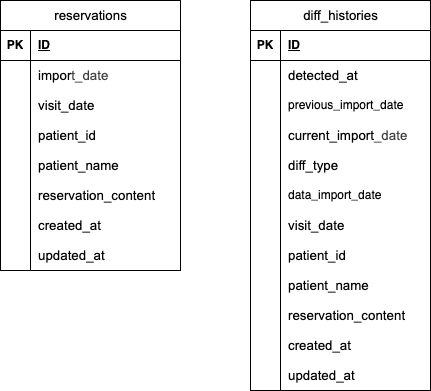
Before: ER.drawio.png, a diagram exported from draw.io (yoko-bessho/ReservationConfirmationApp). Source tidied: cells renumbered, new cells last; positions are measured from the earlier drawing's top-left corner, leaving out a move shared by most shapes.
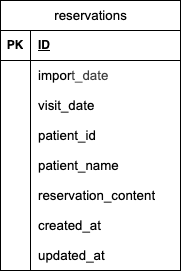
After the commit.

The edit, as a diff of the source:
```diff
@@ -2,117 +2,6 @@
   <root>
     <mxCell id="0" />
     <mxCell id="1" parent="0" />
-    <mxCell id="2" value="&lt;span style=&quot;color: rgb(0, 0, 0); font-weight: 400; text-align: start; text-wrap-mode: wrap; font-size: 10pt; font-family: Arial;&quot;&gt;diff_histories&lt;/span&gt;" style="shape=table;startSize=30;rowLines=0;fontStyle=1;align=center;html=1;" parent="1" vertex="1">
-      <mxGeometry x="250" width="180" height="390" as="geometry" />
-    </mxCell>
-    <mxCell id="3" style="shape=tableRow;horizontal=0;startSize=0;swimlaneHead=0;swimlaneBody=0;fillColor=none;top=0;left=0;right=0;bottom=1;" parent="2" vertex="1">
-      <mxGeometry y="30" width="180" height="30" as="geometry" />
-    </mxCell>
-    <mxCell id="4" value="PK" style="shape=partialRectangle;fillColor=none;top=0;left=0;bottom=0;right=0;fontStyle=1;overflow=hidden;whiteSpace=wrap;html=1;" parent="3" vertex="1">
-      <mxGeometry width="30" height="30" as="geometry" />
-    </mxCell>
-    <mxCell id="5" value="&lt;div&gt;&lt;span style=&quot;background-color: transparent;&quot;&gt;ID&lt;/span&gt;&lt;/div&gt;" style="shape=partialRectangle;fillColor=none;top=0;left=0;bottom=0;right=0;align=left;spacingLeft=6;fontStyle=5;overflow=hidden;whiteSpace=wrap;html=1;" parent="3" vertex="1">
-      <mxGeometry x="30" width="150" height="30" as="geometry" />
-    </mxCell>
-    <mxCell id="6" style="shape=tableRow;horizontal=0;startSize=0;swimlaneHead=0;swimlaneBody=0;fillColor=none;top=0;left=0;right=0;bottom=0;" parent="2" vertex="1">
-      <mxGeometry y="60" width="180" height="30" as="geometry" />
-    </mxCell>
-    <mxCell id="7" style="shape=partialRectangle;fillColor=none;top=0;left=0;bottom=0;right=0;overflow=hidden;whiteSpace=wrap;html=1;" parent="6" vertex="1">
-      <mxGeometry width="30" height="30" as="geometry" />
-    </mxCell>
-    <mxCell id="8" value="&lt;meta charset=&quot;utf-8&quot;&gt;&lt;span style=&quot;font-size:10pt;font-family:Arial;font-style:normal;&quot;&gt;detected_at&lt;/span&gt;" style="shape=partialRectangle;fillColor=none;top=0;left=0;bottom=0;right=0;align=left;spacingLeft=6;overflow=hidden;whiteSpace=wrap;html=1;" parent="6" vertex="1">
-      <mxGeometry x="30" width="150" height="30" as="geometry" />
-    </mxCell>
-    <mxCell id="9" style="shape=tableRow;horizontal=0;startSize=0;swimlaneHead=0;swimlaneBody=0;fillColor=none;top=0;left=0;right=0;bottom=0;" parent="2" vertex="1">
-      <mxGeometry y="90" width="180" height="30" as="geometry" />
-    </mxCell>
-    <mxCell id="10" style="shape=partialRectangle;fillColor=none;top=0;left=0;bottom=0;right=0;overflow=hidden;whiteSpace=wrap;html=1;" parent="9" vertex="1">
-      <mxGeometry width="30" height="30" as="geometry" />
-    </mxCell>
-    <mxCell id="11" value="previous_import_date" style="shape=partialRectangle;fillColor=none;top=0;left=0;bottom=0;right=0;align=left;spacingLeft=6;overflow=hidden;whiteSpace=wrap;html=1;" parent="9" vertex="1">
-      <mxGeometry x="30" width="150" height="30" as="geometry" />
-    </mxCell>
-    <mxCell id="12" style="shape=tableRow;horizontal=0;startSize=0;swimlaneHead=0;swimlaneBody=0;fillColor=none;top=0;left=0;right=0;bottom=0;" parent="2" vertex="1">
-      <mxGeometry y="120" width="180" height="30" as="geometry" />
-    </mxCell>
-    <mxCell id="13" style="shape=partialRectangle;fillColor=none;top=0;left=0;bottom=0;right=0;overflow=hidden;whiteSpace=wrap;html=1;" parent="12" vertex="1">
-      <mxGeometry width="30" height="30" as="geometry" />
-    </mxCell>
-    <mxCell id="14" value="&lt;span style=&quot;font-size:10pt;font-family:Arial;font-style:normal;&quot;&gt;current_import&lt;/span&gt;&lt;span style=&quot;color: rgb(63, 63, 63); font-family: Arial; font-size: 10pt; background-color: transparent;&quot;&gt;_date&lt;/span&gt;" style="shape=partialRectangle;fillColor=none;top=0;left=0;bottom=0;right=0;align=left;spacingLeft=6;overflow=hidden;whiteSpace=wrap;html=1;" parent="12" vertex="1">
-      <mxGeometry x="30" width="150" height="30" as="geometry" />
-    </mxCell>
-    <mxCell id="15" style="shape=tableRow;horizontal=0;startSize=0;swimlaneHead=0;swimlaneBody=0;fillColor=none;top=0;left=0;right=0;bottom=0;" parent="2" vertex="1">
-      <mxGeometry y="150" width="180" height="30" as="geometry" />
-    </mxCell>
-    <mxCell id="16" style="shape=partialRectangle;fillColor=none;top=0;left=0;bottom=0;right=0;overflow=hidden;whiteSpace=wrap;html=1;" parent="15" vertex="1">
-      <mxGeometry width="30" height="30" as="geometry" />
-    </mxCell>
-    <mxCell id="17" value="&lt;meta charset=&quot;utf-8&quot;&gt;&lt;span style=&quot;font-size:10pt;font-family:Arial;font-style:normal;&quot;&gt;diff_type&lt;/span&gt;" style="shape=partialRectangle;fillColor=none;top=0;left=0;bottom=0;right=0;align=left;spacingLeft=6;overflow=hidden;whiteSpace=wrap;html=1;" parent="15" vertex="1">
-      <mxGeometry x="30" width="150" height="30" as="geometry" />
-    </mxCell>
-    <mxCell id="18" style="shape=tableRow;horizontal=0;startSize=0;swimlaneHead=0;swimlaneBody=0;fillColor=none;top=0;left=0;right=0;bottom=0;" parent="2" vertex="1">
-      <mxGeometry y="180" width="180" height="30" as="geometry" />
-    </mxCell>
-    <mxCell id="19" style="shape=partialRectangle;fillColor=none;top=0;left=0;bottom=0;right=0;overflow=hidden;whiteSpace=wrap;html=1;" parent="18" vertex="1">
-      <mxGeometry width="30" height="30" as="geometry" />
-    </mxCell>
-    <mxCell id="20" value="data_import_date" style="shape=partialRectangle;fillColor=none;top=0;left=0;bottom=0;right=0;align=left;spacingLeft=6;overflow=hidden;whiteSpace=wrap;html=1;" parent="18" vertex="1">
-      <mxGeometry x="30" width="150" height="30" as="geometry" />
-    </mxCell>
-    <mxCell id="21" style="shape=tableRow;horizontal=0;startSize=0;swimlaneHead=0;swimlaneBody=0;fillColor=none;top=0;left=0;right=0;bottom=0;" parent="2" vertex="1">
-      <mxGeometry y="210" width="180" height="30" as="geometry" />
-    </mxCell>
-    <mxCell id="22" style="shape=partialRectangle;fillColor=none;top=0;left=0;bottom=0;right=0;overflow=hidden;whiteSpace=wrap;html=1;" parent="21" vertex="1">
-      <mxGeometry width="30" height="30" as="geometry" />
-    </mxCell>
-    <mxCell id="23" value="&lt;meta charset=&quot;utf-8&quot;&gt;&lt;span style=&quot;font-size:10pt;font-family:Arial;font-style:normal;&quot;&gt;visit_date&lt;/span&gt;" style="shape=partialRectangle;fillColor=none;top=0;left=0;bottom=0;right=0;align=left;spacingLeft=6;overflow=hidden;whiteSpace=wrap;html=1;" parent="21" vertex="1">
-      <mxGeometry x="30" width="150" height="30" as="geometry" />
-    </mxCell>
-    <mxCell id="24" style="shape=tableRow;horizontal=0;startSize=0;swimlaneHead=0;swimlaneBody=0;fillColor=none;top=0;left=0;right=0;bottom=0;" parent="2" vertex="1">
-      <mxGeometry y="240" width="180" height="30" as="geometry" />
-    </mxCell>
-    <mxCell id="25" style="shape=partialRectangle;fillColor=none;top=0;left=0;bottom=0;right=0;overflow=hidden;whiteSpace=wrap;html=1;" parent="24" vertex="1">
-      <mxGeometry width="30" height="30" as="geometry" />
-    </mxCell>
-    <mxCell id="26" value="&lt;meta charset=&quot;utf-8&quot;&gt;&lt;span style=&quot;font-size:10pt;font-family:Arial;font-style:normal;&quot;&gt;patient_id&lt;/span&gt;" style="shape=partialRectangle;fillColor=none;top=0;left=0;bottom=0;right=0;align=left;spacingLeft=6;overflow=hidden;whiteSpace=wrap;html=1;" parent="24" vertex="1">
-      <mxGeometry x="30" width="150" height="30" as="geometry" />
-    </mxCell>
-    <mxCell id="27" style="shape=tableRow;horizontal=0;startSize=0;swimlaneHead=0;swimlaneBody=0;fillColor=none;top=0;left=0;right=0;bottom=0;" parent="2" vertex="1">
-      <mxGeometry y="270" width="180" height="30" as="geometry" />
-    </mxCell>
-    <mxCell id="28" style="shape=partialRectangle;fillColor=none;top=0;left=0;bottom=0;right=0;overflow=hidden;whiteSpace=wrap;html=1;" parent="27" vertex="1">
-      <mxGeometry width="30" height="30" as="geometry" />
-    </mxCell>
-    <mxCell id="29" value="&lt;span style=&quot;color: rgb(0, 0, 0); font-size: 10pt; font-family: Arial;&quot;&gt;patient_name&lt;/span&gt;" style="shape=partialRectangle;fillColor=none;top=0;left=0;bottom=0;right=0;align=left;spacingLeft=6;overflow=hidden;whiteSpace=wrap;html=1;" parent="27" vertex="1">
-      <mxGeometry x="30" width="150" height="30" as="geometry" />
-    </mxCell>
-    <mxCell id="30" style="shape=tableRow;horizontal=0;startSize=0;swimlaneHead=0;swimlaneBody=0;fillColor=none;top=0;left=0;right=0;bottom=0;" parent="2" vertex="1">
-      <mxGeometry y="300" width="180" height="30" as="geometry" />
-    </mxCell>
-    <mxCell id="31" style="shape=partialRectangle;fillColor=none;top=0;left=0;bottom=0;right=0;overflow=hidden;whiteSpace=wrap;html=1;" parent="30" vertex="1">
-      <mxGeometry width="30" height="30" as="geometry" />
-    </mxCell>
-    <mxCell id="32" value="&lt;meta charset=&quot;utf-8&quot;&gt;&lt;span style=&quot;font-size:10pt;font-family:Arial;font-style:normal;&quot;&gt;reservation_content&lt;/span&gt;" style="shape=partialRectangle;fillColor=none;top=0;left=0;bottom=0;right=0;align=left;spacingLeft=6;overflow=hidden;whiteSpace=wrap;html=1;" parent="30" vertex="1">
-      <mxGeometry x="30" width="150" height="30" as="geometry" />
-    </mxCell>
-    <mxCell id="33" style="shape=tableRow;horizontal=0;startSize=0;swimlaneHead=0;swimlaneBody=0;fillColor=none;top=0;left=0;right=0;bottom=0;" parent="2" vertex="1">
-      <mxGeometry y="330" width="180" height="30" as="geometry" />
-    </mxCell>
-    <mxCell id="34" style="shape=partialRectangle;fillColor=none;top=0;left=0;bottom=0;right=0;overflow=hidden;whiteSpace=wrap;html=1;" parent="33" vertex="1">
-      <mxGeometry width="30" height="30" as="geometry" />
-    </mxCell>
-    <mxCell id="35" value="&lt;meta charset=&quot;utf-8&quot;&gt;&lt;span style=&quot;font-size:10pt;font-family:Arial;font-style:normal;&quot;&gt;created_at&lt;/span&gt;" style="shape=partialRectangle;fillColor=none;top=0;left=0;bottom=0;right=0;align=left;spacingLeft=6;overflow=hidden;whiteSpace=wrap;html=1;" parent="33" vertex="1">
-      <mxGeometry x="30" width="150" height="30" as="geometry" />
-    </mxCell>
-    <mxCell id="36" style="shape=tableRow;horizontal=0;startSize=0;swimlaneHead=0;swimlaneBody=0;fillColor=none;top=0;left=0;right=0;bottom=0;" parent="2" vertex="1">
-      <mxGeometry y="360" width="180" height="30" as="geometry" />
-    </mxCell>
-    <mxCell id="37" style="shape=partialRectangle;fillColor=none;top=0;left=0;bottom=0;right=0;overflow=hidden;whiteSpace=wrap;html=1;" parent="36" vertex="1">
-      <mxGeometry width="30" height="30" as="geometry" />
-    </mxCell>
-    <mxCell id="38" value="&lt;meta charset=&quot;utf-8&quot;&gt;&lt;span style=&quot;font-size:10pt;font-family:Arial;font-style:normal;&quot;&gt;updated_at&lt;/span&gt;" style="shape=partialRectangle;fillColor=none;top=0;left=0;bottom=0;right=0;align=left;spacingLeft=6;overflow=hidden;whiteSpace=wrap;html=1;" parent="36" vertex="1">
-      <mxGeometry x="30" width="150" height="30" as="geometry" />
-    </mxCell>
     <mxCell id="39" value="&lt;span style=&quot;color: rgb(0, 0, 0); font-weight: 400; text-align: start; text-wrap-mode: wrap; font-size: 10pt; font-family: Arial;&quot;&gt;reservations&lt;/span&gt;" style="shape=table;startSize=30;rowLines=0;fontStyle=1;align=center;html=1;" parent="1" vertex="1">
       <mxGeometry width="180" height="270" as="geometry" />
     </mxCell>
```
